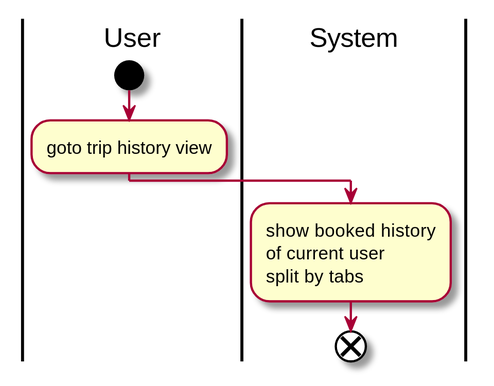
Above: Documents/working/Giap/usecases_and_flow_charts/View_Trip_History.svg in tungdduy/funixCP (PlantUML), before the change.
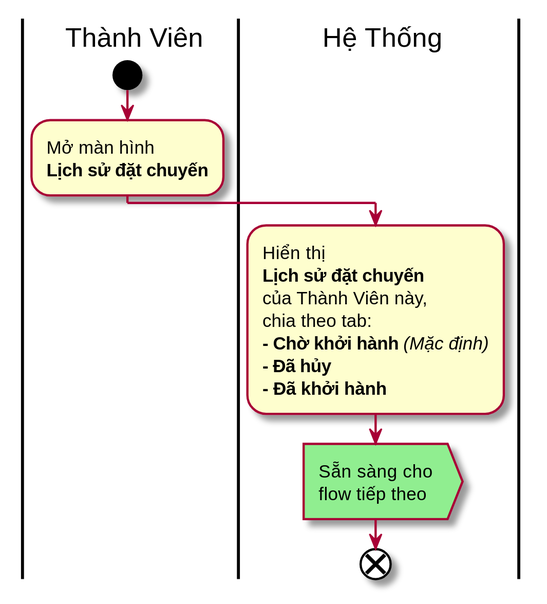
After the change.

The edit, as a diff of the source:
```diff
@@ -2,12 +2,26 @@
 skinparam dpi 200
 
 
-|User|
-start
-:goto trip history view;
-|System|
-:show booked history
-of current user
-split by tabs;
+|User| Thành Viên
+
+	start
+
+	:Mở màn hình
+	<b>Lịch sử đặt chuyến</b>;
+
+|System| Hệ Thống
+
+	:Hiển thị
+	<b>Lịch sử đặt chuyến</b>
+	của Thành Viên này,
+	chia theo tab:
+	<b>- Chờ khởi hành</b> <i>(Mặc định)</i>
+	<b>- Đã hủy </b>
+	<b>- Đã khởi hành</b>;
+
+	#lightgreen:Sẵn sàng cho
+	flow tiếp theo>
+
 end
+
 @enduml
```
